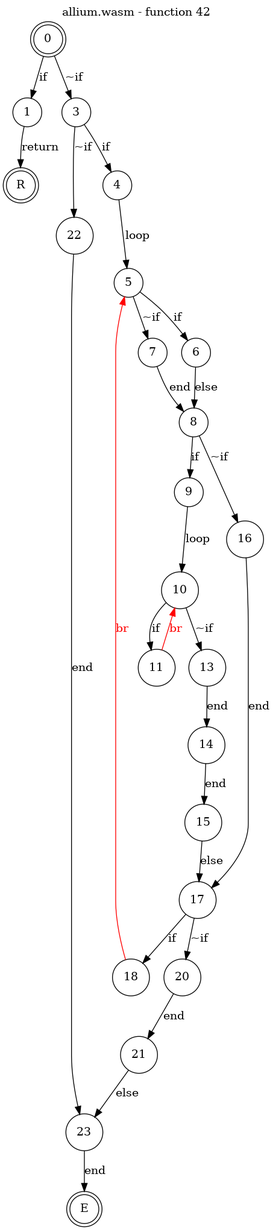
This is test_cases/allium/funcs/allium-func42.png from jsCarleton/wanalyze, a Graphviz export, as it was before one commit. Its source is kept beside it as test_cases/allium/funcs/allium-func42.dot.
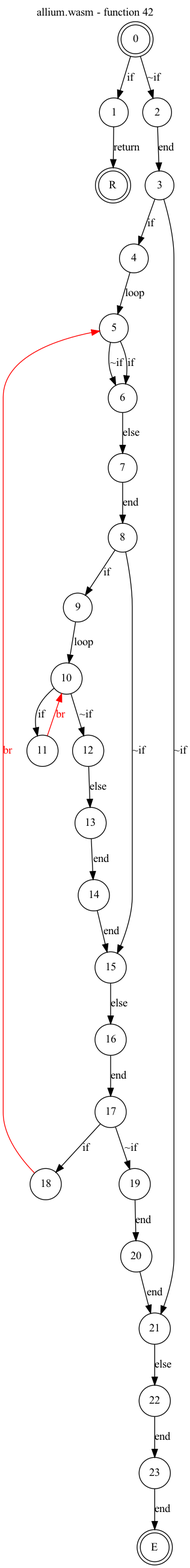
The same diagram one commit later.

The edit, as a diff of the source:
```diff
@@ -7,33 +7,33 @@
     node [shape = doublecircle]; 0 E R ;
     node [shape = circle];
     0 -> 1[label="if"];
-    0 -> 3[label="~if"];
+    0 -> 2[label="~if"];
     1 -> R[label="return"];
     2 -> 3[label="end"];
     3 -> 4[label="if"];
-    3 -> 22[label="~if"];
+    3 -> 21[label="~if"];
     4 -> 5[label="loop"];
     5 -> 6[label="if"];
-    5 -> 7[label="~if"];
-    6 -> 8[label="else"];
+    5 -> 6[label="~if"];
+    6 -> 7[label="else"];
     7 -> 8[label="end"];
     8 -> 9[label="if"];
-    8 -> 16[label="~if"];
+    8 -> 15[label="~if"];
     9 -> 10[label="loop"];
     10 -> 11[label="if"];
-    10 -> 13[label="~if"];
+    10 -> 12[label="~if"];
     11 -> 10[color="red" fontcolor="red" label="br"];
-    12 -> 14[label="else"];
+    12 -> 13[label="else"];
     13 -> 14[label="end"];
     14 -> 15[label="end"];
-    15 -> 17[label="else"];
+    15 -> 16[label="else"];
     16 -> 17[label="end"];
     17 -> 18[label="if"];
-    17 -> 20[label="~if"];
+    17 -> 19[label="~if"];
     18 -> 5[color="red" fontcolor="red" label="br"];
     19 -> 20[label="end"];
     20 -> 21[label="end"];
-    21 -> 23[label="else"];
+    21 -> 22[label="else"];
     22 -> 23[label="end"];
     23 -> E[label="end"];
 }
```
